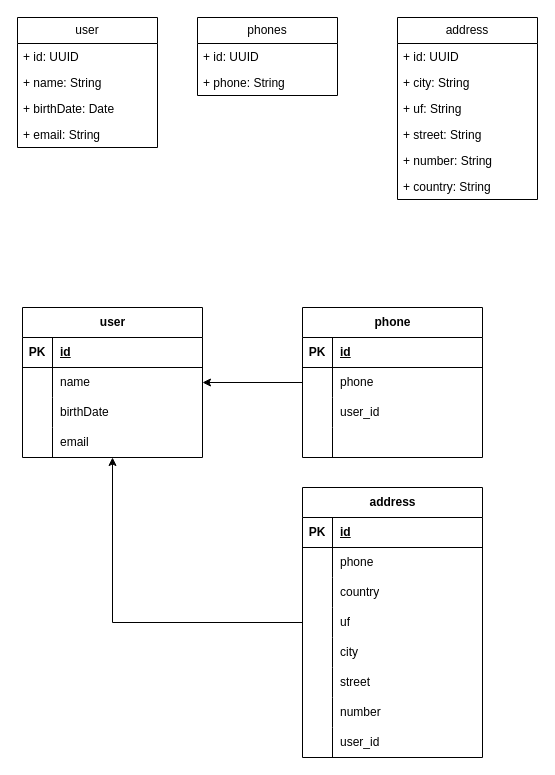
The draw.io diagram diagrams/AgendaTelefonica.drawio in joaocarlos-dev/AgendaTelefonica, before the edit. Source tidied: cells renumbered, new cells numbered last; positions are measured from the earlier drawing's top-left corner, leaving out a move shared by most shapes. Both pictures are drawn from the tidied source at 100%, with x=0, y=0 at pixel (17, 17).
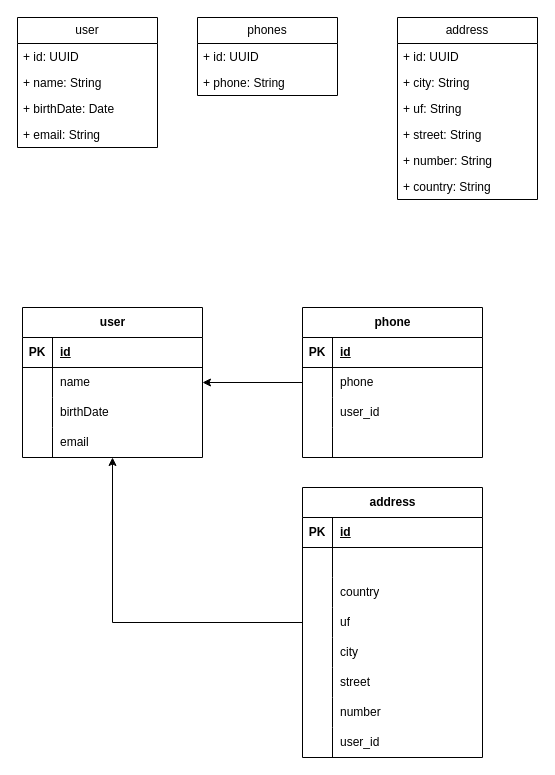
After the change.

The change refers to these unchanged cells:
```xml
<mxCell id="41" style="shape=tableRow;horizontal=0;startSize=0;swimlaneHead=0;swimlaneBody=0;fillColor=none;top=0;left=0;right=0;bottom=0;" parent="37" vertex="1">
  <mxGeometry y="60" width="180" height="30" as="geometry" />
</mxCell>
```

What changed in the source:
```diff
@@
-    <mxCell id="43" value="phone" style="shape=partialRectangle;fillColor=none;top=0;left=0;bottom=0;right=0;align=left;spacingLeft=6;overflow=hidden;whiteSpace=wrap;html=1;" parent="41" vertex="1">
+    <mxCell id="43" style="shape=partialRectangle;fillColor=none;top=0;left=0;bottom=0;right=0;align=left;spacingLeft=6;overflow=hidden;whiteSpace=wrap;html=1;" parent="41" vertex="1">
       <mxGeometry x="30" width="150" height="30" as="geometry" />
     </mxCell>
```
